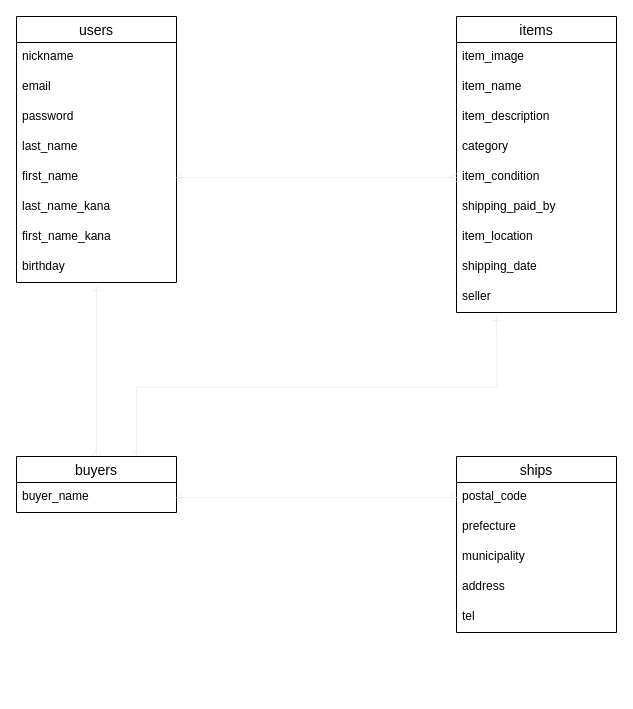
Earlier version of the draw.io diagram furima_er.dio (yuta8995/furima-34750). Source tidied: cells renumbered, new cells numbered last; positions are measured from the earlier drawing's top-left corner, leaving out a move shared by most shapes. Both pictures are drawn from the tidied source at 100%, with x=0, y=0 at pixel (16, 16).
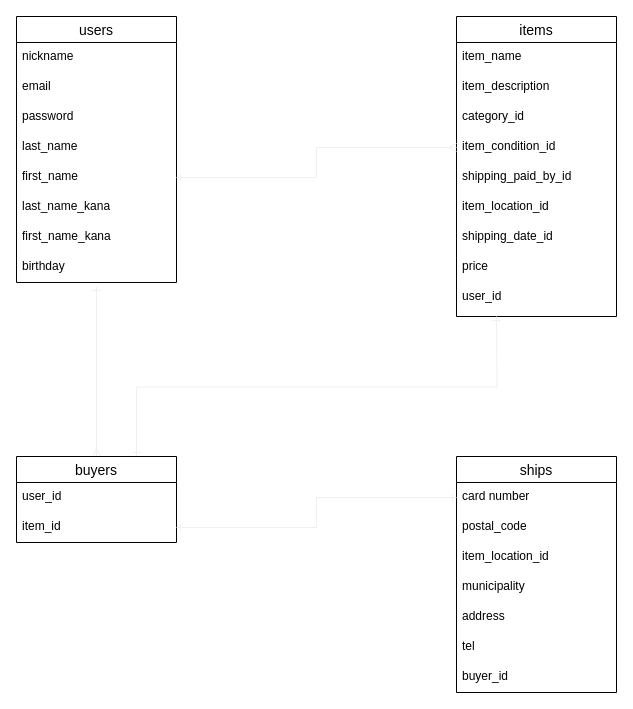
The same page after the edit.

Commit message (it also covers changes not shown here):
ER図、DB設計の修正

The edit, as a diff of the source:
```diff
@@
     <mxCell id="11" value="items" style="swimlane;fontStyle=0;horizontal=1;startSize=26;align=center;fontSize=14;" parent="1" vertex="1">
-      <mxGeometry x="440" width="160" height="296" as="geometry" />
+      <mxGeometry x="440" width="160" height="300" as="geometry" />
     </mxCell>
-    <mxCell id="12" value="item_image" style="text;strokeColor=none;fillColor=none;spacingLeft=4;spacingRight=4;overflow=hidden;fontSize=12;" parent="11" vertex="1">
-      <mxGeometry y="26" width="160" height="30" as="geometry" />
-    </mxCell>
     <mxCell id="13" value="item_name" style="text;strokeColor=none;fillColor=none;spacingLeft=4;spacingRight=4;overflow=hidden;fontSize=12;" parent="11" vertex="1">
-      <mxGeometry y="56" width="160" height="30" as="geometry" />
+      <mxGeometry y="26" width="160" height="30" as="geometry" />
     </mxCell>
     <mxCell id="14" value="item_description" style="text;strokeColor=none;fillColor=none;spacingLeft=4;spacingRight=4;overflow=hidden;fontSize=12;" parent="11" vertex="1">
-      <mxGeometry y="86" width="160" height="30" as="geometry" />
+      <mxGeometry y="56" width="160" height="30" as="geometry" />
     </mxCell>
-    <mxCell id="15" value="category" style="text;strokeColor=none;fillColor=none;spacingLeft=4;spacingRight=4;overflow=hidden;fontSize=12;" parent="11" vertex="1">
-      <mxGeometry y="116" width="160" height="30" as="geometry" />
+    <mxCell id="15" value="category_id" style="text;strokeColor=none;fillColor=none;spacingLeft=4;spacingRight=4;overflow=hidden;fontSize=12;" parent="11" vertex="1">
+      <mxGeometry y="86" width="160" height="30" as="geometry" />
     </mxCell>
-    <mxCell id="16" value="item_condition" style="text;strokeColor=none;fillColor=none;spacingLeft=4;spacingRight=4;overflow=hidden;points=[[0,0.5],[1,0.5]];portConstraint=eastwest;fontSize=12;" parent="11" vertex="1">
-      <mxGeometry y="146" width="160" height="30" as="geometry" />
+    <mxCell id="16" value="item_condition_id" style="text;strokeColor=none;fillColor=none;spacingLeft=4;spacingRight=4;overflow=hidden;points=[[0,0.5],[1,0.5]];portConstraint=eastwest;fontSize=12;" parent="11" vertex="1">
+      <mxGeometry y="116" width="160" height="30" as="geometry" />
     </mxCell>
-    <mxCell id="17" value="shipping_paid_by" style="text;strokeColor=none;fillColor=none;spacingLeft=4;spacingRight=4;overflow=hidden;fontSize=12;" parent="11" vertex="1">
-      <mxGeometry y="176" width="160" height="30" as="geometry" />
+    <mxCell id="17" value="shipping_paid_by_id" style="text;strokeColor=none;fillColor=none;spacingLeft=4;spacingRight=4;overflow=hidden;fontSize=12;" parent="11" vertex="1">
+      <mxGeometry y="146" width="160" height="30" as="geometry" />
     </mxCell>
-    <mxCell id="18" value="item_location" style="text;strokeColor=none;fillColor=none;spacingLeft=4;spacingRight=4;overflow=hidden;fontSize=12;" parent="11" vertex="1">
-      <mxGeometry y="206" width="160" height="30" as="geometry" />
+    <mxCell id="18" value="item_location_id" style="text;strokeColor=none;fillColor=none;spacingLeft=4;spacingRight=4;overflow=hidden;fontSize=12;" parent="11" vertex="1">
+      <mxGeometry y="176" width="160" height="30" as="geometry" />
     </mxCell>
-    <mxCell id="19" value="shipping_date" style="text;strokeColor=none;fillColor=none;spacingLeft=4;spacingRight=4;overflow=hidden;fontSize=12;" parent="11" vertex="1">
-      <mxGeometry y="236" width="160" height="30" as="geometry" />
+    <mxCell id="19" value="shipping_date_id" style="text;strokeColor=none;fillColor=none;spacingLeft=4;spacingRight=4;overflow=hidden;fontSize=12;" parent="11" vertex="1">
+      <mxGeometry y="206" width="160" height="30" as="geometry" />
     </mxCell>
+    <mxCell id="33" value="price" style="text;strokeColor=none;fillColor=none;spacingLeft=4;spacingRight=4;overflow=hidden;fontSize=12;" parent="11" vertex="1">
+      <mxGeometry y="236" width="160" height="30" as="geometry" />
+    </mxCell>
-    <mxCell id="20" value="seller" style="text;strokeColor=none;fillColor=none;spacingLeft=4;spacingRight=4;overflow=hidden;fontSize=12;" parent="11" vertex="1">
-      <mxGeometry y="266" width="160" height="30" as="geometry" />
+    <mxCell id="20" value="user_id" style="text;strokeColor=none;fillColor=none;spacingLeft=4;spacingRight=4;overflow=hidden;fontSize=12;" parent="11" vertex="1">
+      <mxGeometry y="266" width="160" height="34" as="geometry" />
     </mxCell>
@@
     <mxCell id="23" value="buyers" style="swimlane;fontStyle=0;horizontal=1;startSize=26;align=center;fontSize=14;" parent="1" vertex="1">
-      <mxGeometry y="440" width="160" height="56" as="geometry" />
+      <mxGeometry y="440" width="160" height="86" as="geometry" />
     </mxCell>
+    <mxCell id="34" value="user_id" style="text;strokeColor=none;fillColor=none;spacingLeft=4;spacingRight=4;overflow=hidden;fontSize=12;" parent="23" vertex="1">
+      <mxGeometry y="26" width="160" height="30" as="geometry" />
+    </mxCell>
-    <mxCell id="24" value="buyer_name" style="text;strokeColor=none;fillColor=none;spacingLeft=4;spacingRight=4;overflow=hidden;points=[[0,0.5],[1,0.5]];portConstraint=eastwest;fontSize=12;" parent="23" vertex="1">
-      <mxGeometry y="26" width="160" height="30" as="geometry" />
+    <mxCell id="24" value="item_id" style="text;strokeColor=none;fillColor=none;spacingLeft=4;spacingRight=4;overflow=hidden;points=[[0,0.5],[1,0.5]];portConstraint=eastwest;fontSize=12;" parent="23" vertex="1">
+      <mxGeometry y="56" width="160" height="30" as="geometry" />
     </mxCell>
     <mxCell id="25" value="ships" style="swimlane;fontStyle=0;horizontal=1;startSize=26;align=center;fontSize=14;" parent="1" vertex="1">
-      <mxGeometry x="440" y="440" width="160" height="176" as="geometry" />
+      <mxGeometry x="440" y="440" width="160" height="236" as="geometry" />
     </mxCell>
-    <mxCell id="26" value="postal_code" style="text;strokeColor=none;fillColor=none;spacingLeft=4;spacingRight=4;overflow=hidden;points=[[0,0.5],[1,0.5]];portConstraint=eastwest;fontSize=12;" parent="25" vertex="1">
+    <mxCell id="26" value="card number" style="text;strokeColor=none;fillColor=none;spacingLeft=4;spacingRight=4;overflow=hidden;points=[[0,0.5],[1,0.5]];portConstraint=eastwest;fontSize=12;" parent="25" vertex="1">
       <mxGeometry y="26" width="160" height="30" as="geometry" />
     </mxCell>
+    <mxCell id="35" value="postal_code" style="text;strokeColor=none;fillColor=none;spacingLeft=4;spacingRight=4;overflow=hidden;fontSize=12;" parent="25" vertex="1">
+      <mxGeometry y="56" width="160" height="30" as="geometry" />
+    </mxCell>
-    <mxCell id="27" value="prefecture" style="text;strokeColor=none;fillColor=none;spacingLeft=4;spacingRight=4;overflow=hidden;fontSize=12;" parent="25" vertex="1">
-      <mxGeometry y="56" width="160" height="30" as="geometry" />
+    <mxCell id="27" value="item_location_id" style="text;strokeColor=none;fillColor=none;spacingLeft=4;spacingRight=4;overflow=hidden;fontSize=12;" parent="25" vertex="1">
+      <mxGeometry y="86" width="160" height="30" as="geometry" />
     </mxCell>
     <mxCell id="28" value="municipality" style="text;strokeColor=none;fillColor=none;spacingLeft=4;spacingRight=4;overflow=hidden;fontSize=12;" parent="25" vertex="1">
-      <mxGeometry y="86" width="160" height="30" as="geometry" />
+      <mxGeometry y="116" width="160" height="30" as="geometry" />
     </mxCell>
     <mxCell id="29" value="address" style="text;strokeColor=none;fillColor=none;spacingLeft=4;spacingRight=4;overflow=hidden;fontSize=12;" parent="25" vertex="1">
-      <mxGeometry y="116" width="160" height="30" as="geometry" />
+      <mxGeometry y="146" width="160" height="30" as="geometry" />
     </mxCell>
+    <mxCell id="36" value="tel" style="text;strokeColor=none;fillColor=none;spacingLeft=4;spacingRight=4;overflow=hidden;fontSize=12;" parent="25" vertex="1">
+      <mxGeometry y="176" width="160" height="30" as="geometry" />
+    </mxCell>
-    <mxCell id="30" value="tel" style="text;strokeColor=none;fillColor=none;spacingLeft=4;spacingRight=4;overflow=hidden;fontSize=12;" parent="25" vertex="1">
-      <mxGeometry y="146" width="160" height="30" as="geometry" />
+    <mxCell id="30" value="buyer_id" style="text;strokeColor=none;fillColor=none;spacingLeft=4;spacingRight=4;overflow=hidden;fontSize=12;" parent="25" vertex="1">
+      <mxGeometry y="206" width="160" height="30" as="geometry" />
     </mxCell>
```
